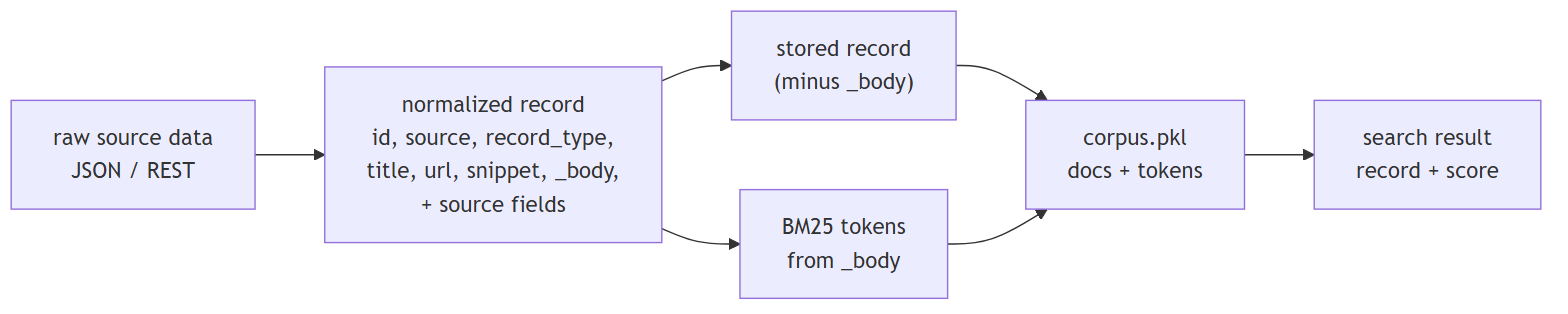
The Mermaid diagram docs/diagrams/5-record-lifecycle.png in SteveCInVA/AllofUs-Agent, before a commit. Its source is kept beside it as docs/diagrams/5-record-lifecycle.mmd. The source it was exported from:
```mermaid
flowchart LR
    RAW["raw source data<br/>JSON / REST"] --> NORM["normalized record<br/>id, source, record_type,<br/>title, url, snippet, _body,<br/>+ source fields"]
    NORM --> STORE["stored record<br/>(minus _body)"]
    NORM --> TOK["BM25 tokens<br/>from _body"]
    STORE --> CORP["corpus.pkl<br/>docs + tokens"]
    TOK --> CORP
    CORP --> HIT["search result<br/>record + score"]
```
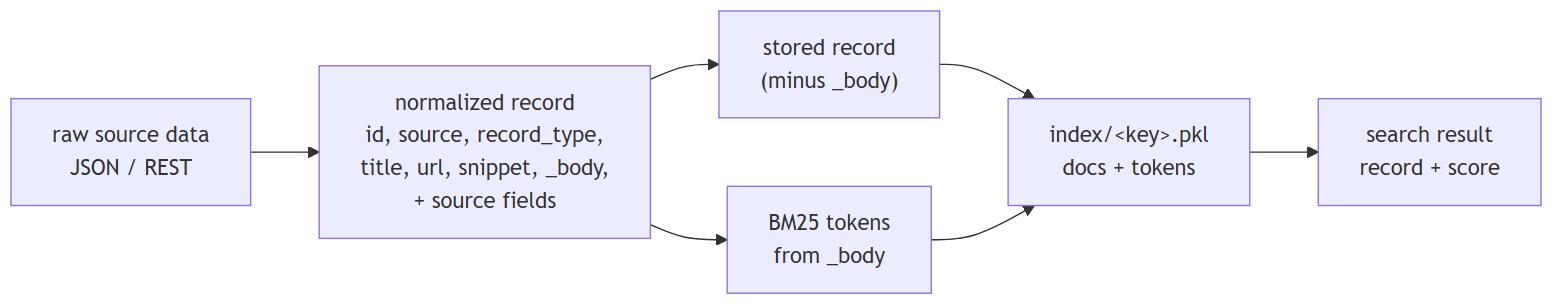
Above is the later version.

The edit, as a diff of the source:
```diff
@@ -2,6 +2,6 @@
     RAW["raw source data<br/>JSON / REST"] --> NORM["normalized record<br/>id, source, record_type,<br/>title, url, snippet, _body,<br/>+ source fields"]
     NORM --> STORE["stored record<br/>(minus _body)"]
     NORM --> TOK["BM25 tokens<br/>from _body"]
-    STORE --> CORP["corpus.pkl<br/>docs + tokens"]
+    STORE --> CORP["index/&lt;key&gt;.pkl<br/>docs + tokens"]
     TOK --> CORP
     CORP --> HIT["search result<br/>record + score"]
```
